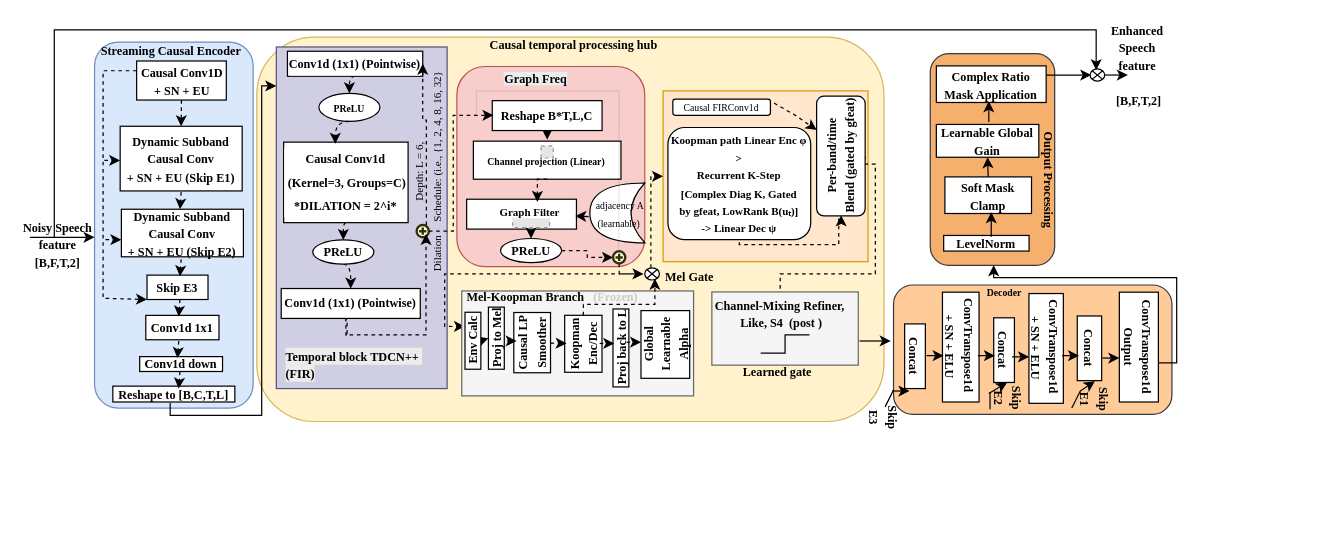
The draw.io diagram melkoop.drawio in drchk/Timeseries_fuction, before the edit. Source tidied: cells renumbered, new cells numbered last; positions are measured from the earlier drawing's top-left corner, leaving out a move shared by most shapes. Both pictures are drawn from the tidied source at 122%, with x=0, y=0 at pixel (21, 26). Pictures stored in the file or linked from it are replaced by grey dashed boxes.
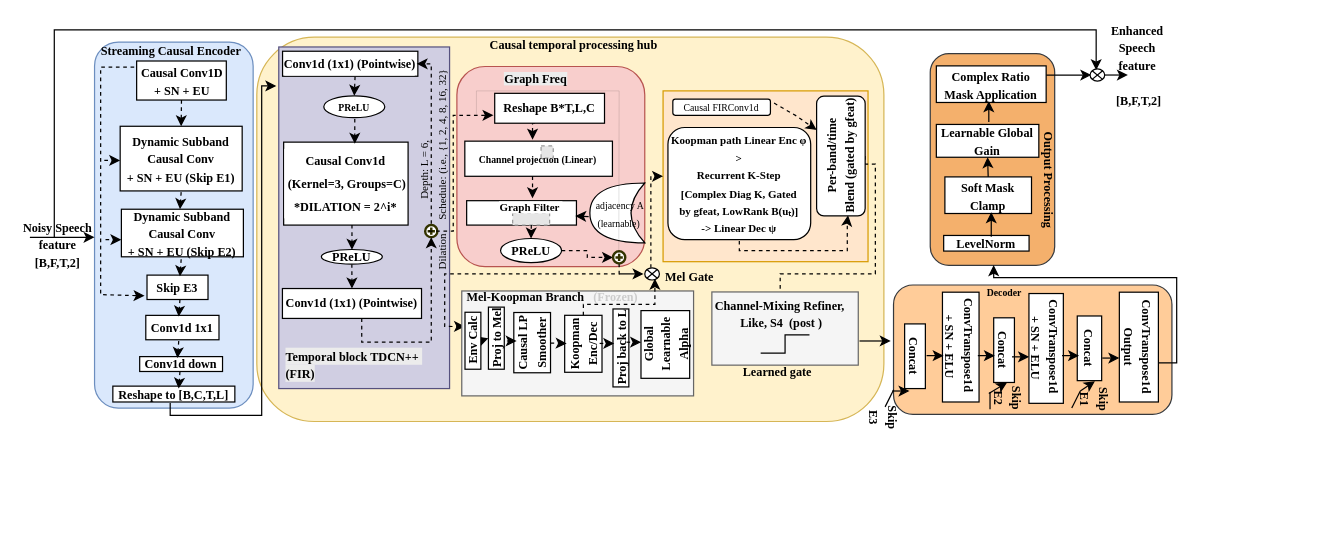
After the change.

The change refers to these unchanged cells:
```xml
<mxCell id="6" value="&lt;font style=&quot;font-size: 10px;&quot; face=&quot;Times New Roman&quot;&gt;&lt;b style=&quot;&quot;&gt;Causal Conv1D&lt;/b&gt;&lt;/font&gt;&lt;div&gt;&lt;font style=&quot;font-size: 10px;&quot; face=&quot;Times New Roman&quot;&gt;&lt;b style=&quot;&quot;&gt;+ SN + EU&lt;/b&gt;&lt;/font&gt;&lt;/div&gt;" style="rounded=0;whiteSpace=wrap;html=1;" parent="1" vertex="1">
  <mxGeometry x="94.5" y="28.5" width="73.5" height="32" as="geometry" />
</mxCell>
<mxCell id="7" value="&lt;font face=&quot;Times New Roman&quot; style=&quot;font-size: 10px;&quot;&gt;&lt;b style=&quot;&quot;&gt;Skip E3&lt;/b&gt;&lt;/font&gt;" style="rounded=0;whiteSpace=wrap;html=1;" parent="1" vertex="1">
  <mxGeometry x="103" y="204" width="50" height="20" as="geometry" />
</mxCell>
<mxCell id="38" value="&lt;font face=&quot;Times New Roman&quot; style=&quot;font-size: 10px;&quot;&gt;&lt;b style=&quot;&quot;&gt;PReLU&lt;/b&gt;&lt;/font&gt;" style="ellipse;whiteSpace=wrap;html=1;" parent="1" vertex="1">
  <mxGeometry x="392.8" y="174" width="50" height="19.8" as="geometry" />
</mxCell>
<mxCell id="67" value="&lt;font style=&quot;font-size: 10px;&quot; face=&quot;Times New Roman&quot;&gt;&lt;b style=&quot;&quot;&gt;Per-band/time&lt;/b&gt;&lt;/font&gt;&lt;div&gt;&lt;b&gt;&lt;font style=&quot;font-size: 10px;&quot;&gt;&lt;font face=&quot;Times New Roman&quot; style=&quot;&quot;&gt;Blend (gated&lt;/font&gt;&lt;font face=&quot;Times New Roman&quot; style=&quot;&quot;&gt; by gfeat)&lt;/font&gt;&lt;/font&gt;&lt;/b&gt;&lt;/div&gt;" style="rounded=1;whiteSpace=wrap;html=1;rotation=-90;" parent="1" vertex="1">
  <mxGeometry x="622.7" y="86.5" width="98.1" height="39.8" as="geometry" />
</mxCell>
```

What changed in the source:
```diff
@@
-    <mxCell id="5" style="edgeStyle=orthogonalEdgeStyle;rounded=0;jettySize=auto;html=1;exitX=0;exitY=0.25;exitDx=0;exitDy=0;entryX=0;entryY=1;entryDx=0;entryDy=0;elbow=vertical;dashed=1;" parent="1" edge="1" source="6" target="7">
+    <mxCell id="5" style="edgeStyle=orthogonalEdgeStyle;rounded=0;orthogonalLoop=1;jettySize=auto;html=1;exitX=0;exitY=0.25;exitDx=0;exitDy=0;entryX=0;entryY=1;entryDx=0;entryDy=0;elbow=vertical;dashed=1;" parent="1" edge="1">
       <mxGeometry relative="1" as="geometry">
+        <mxPoint x="92.5" y="33.5" as="sourcePoint" />
+        <mxPoint x="101" y="221" as="targetPoint" />
         <Array as="points">
-          <mxPoint x="67" y="37" />
-          <mxPoint x="67" y="223" />
+          <mxPoint x="65" y="34" />
+          <mxPoint x="65" y="220" />
         </Array>
       </mxGeometry>
     </mxCell>
@@
     <mxCell id="13" style="rounded=0;whiteSpace=wrap;html=1;fillColor=#d0cee2;strokeColor=#56517e;" parent="1" vertex="1">
-      <mxGeometry x="209" y="17" width="140" height="280" as="geometry" />
+      <mxGeometry x="211" y="17" width="140" height="280" as="geometry" />
     </mxCell>
-    <mxCell id="14" style="edgeStyle=orthogonalEdgeStyle;curved=1;rounded=0;jettySize=auto;html=1;exitX=0.5;exitY=1;exitDx=0;exitDy=0;entryX=0.5;entryY=0;entryDx=0;entryDy=0;elbow=vertical;dashed=1;" parent="1" edge="1" source="15" target="16">
+    <mxCell id="14" style="edgeStyle=orthogonalEdgeStyle;curved=1;rounded=0;jettySize=auto;html=1;exitX=0.536;exitY=1.014;exitDx=0;exitDy=0;entryX=0.5;entryY=0;entryDx=0;entryDy=0;elbow=vertical;dashed=1;exitPerimeter=0;" parent="1" edge="1" source="15" target="16">
       <mxGeometry relative="1" as="geometry" />
     </mxCell>
     <mxCell id="15" value="&lt;div style=&quot;background-color: rgb(255, 255, 255); line-height: 19px; white-space: pre;&quot;&gt;&lt;font style=&quot;color: rgb(0, 0, 0); font-size: 10px;&quot;&gt;&lt;b style=&quot;&quot;&gt;&lt;font face=&quot;Times New Roman&quot; style=&quot;&quot;&gt;Conv1d (1x1) &lt;/font&gt;&lt;span style=&quot;font-family: &amp;quot;Times New Roman&amp;quot;; background-color: light-dark(rgb(255, 255, 255), rgb(18, 18, 18));&quot;&gt;(Pointwise)&lt;/span&gt;&lt;/b&gt;&lt;/font&gt;&lt;/div&gt;" style="rounded=0;whiteSpace=wrap;html=1;" parent="1" vertex="1">
-      <mxGeometry x="218.1" y="20.5" width="110.9" height="20.5" as="geometry" />
+      <mxGeometry x="214.1" y="20.5" width="110.9" height="20.5" as="geometry" />
     </mxCell>
     <mxCell id="16" value="&lt;font face=&quot;Times New Roman&quot; style=&quot;font-size: 8px;&quot;&gt;&lt;b&gt;PReLU&lt;/b&gt;&lt;/font&gt;" style="ellipse;whiteSpace=wrap;html=1;" parent="1" vertex="1">
-      <mxGeometry x="243.9" y="55" width="50" height="23" as="geometry" />
+      <mxGeometry x="247.9" y="57" width="50" height="18" as="geometry" />
     </mxCell>
-    <mxCell id="17" style="edgeStyle=orthogonalEdgeStyle;curved=1;rounded=0;jettySize=auto;html=1;exitX=0.5;exitY=1;exitDx=0;exitDy=0;entryX=0.5;entryY=0;entryDx=0;entryDy=0;elbow=vertical;dashed=1;" parent="1" edge="1" source="18" target="20">
-      <mxGeometry relative="1" as="geometry" />
-    </mxCell>
     <mxCell id="18" value="&lt;div style=&quot;background-color: rgb(255, 255, 255); line-height: 19px; white-space: pre;&quot;&gt;&lt;div style=&quot;line-height: 19px;&quot;&gt;&lt;span&gt;&lt;font face=&quot;Times New Roman&quot; style=&quot;color: rgb(0, 0, 0); font-size: 10px;&quot;&gt;&lt;b style=&quot;&quot;&gt;Causal Conv1d&lt;/b&gt;&lt;/font&gt;&lt;/span&gt;&lt;/div&gt;&lt;div style=&quot;line-height: 19px;&quot;&gt;&lt;font style=&quot;color: rgb(0, 0, 0); font-size: 10px;&quot;&gt;&lt;b&gt;&lt;span style=&quot;color: rgb(163, 21, 21);&quot;&gt;&lt;font face=&quot;Times New Roman&quot; style=&quot;&quot;&gt; &lt;/font&gt;&lt;/span&gt;&lt;span style=&quot;font-family: &amp;quot;Times New Roman&amp;quot;; background-color: light-dark(rgb(255, 255, 255), rgb(18, 18, 18));&quot;&gt;(Kernel=3, Groups=C)&lt;/span&gt;&lt;/b&gt;&lt;/font&gt;&lt;/div&gt;&lt;div style=&quot;line-height: 19px;&quot;&gt;&lt;span style=&quot;color: rgb(163, 21, 21);&quot;&gt;&lt;font face=&quot;Times New Roman&quot; style=&quot;color: rgb(0, 0, 0); font-size: 10px;&quot;&gt;&lt;b style=&quot;&quot;&gt;*DILATION = 2^i*&lt;/b&gt;&lt;/font&gt;&lt;/span&gt;&lt;/div&gt;&lt;/div&gt;" style="rounded=0;whiteSpace=wrap;html=1;" parent="1" vertex="1">
-      <mxGeometry x="215" y="95" width="102" height="66" as="geometry" />
+      <mxGeometry x="215" y="95" width="102" height="68" as="geometry" />
     </mxCell>
@@
     <mxCell id="20" value="&lt;font face=&quot;Times New Roman&quot; style=&quot;font-size: 10px;&quot;&gt;&lt;b style=&quot;&quot;&gt;PReLU&lt;/b&gt;&lt;/font&gt;" style="ellipse;whiteSpace=wrap;html=1;" parent="1" vertex="1">
-      <mxGeometry x="238.9" y="175.2" width="50" height="19.8" as="geometry" />
+      <mxGeometry x="245.9" y="183" width="50" height="12" as="geometry" />
     </mxCell>
     <mxCell id="21" value="&lt;div style=&quot;background-color: rgb(255, 255, 255); line-height: 19px; white-space: pre;&quot;&gt;&lt;font style=&quot;color: rgb(0, 0, 0); font-size: 10px;&quot;&gt;&lt;b style=&quot;&quot;&gt;&lt;font face=&quot;Times New Roman&quot; style=&quot;&quot;&gt;Conv1d (1x1) &lt;/font&gt;&lt;span style=&quot;font-family: &amp;quot;Times New Roman&amp;quot;; background-color: light-dark(rgb(255, 255, 255), rgb(18, 18, 18));&quot;&gt;(Pointwise)&lt;/span&gt;&lt;/b&gt;&lt;/font&gt;&lt;/div&gt;" style="rounded=0;whiteSpace=wrap;html=1;" parent="1" vertex="1">
-      <mxGeometry x="213" y="215" width="114" height="24.5" as="geometry" />
+      <mxGeometry x="214" y="215" width="114" height="24.5" as="geometry" />
     </mxCell>
-    <mxCell id="22" style="edgeStyle=orthogonalEdgeStyle;curved=1;rounded=0;jettySize=auto;html=1;exitX=0.5;exitY=1;exitDx=0;exitDy=0;entryX=0.415;entryY=0.02;entryDx=0;entryDy=0;entryPerimeter=0;elbow=vertical;dashed=1;" parent="1" edge="1" source="16" target="18">
-      <mxGeometry relative="1" as="geometry" />
+    <mxCell id="22" style="edgeStyle=orthogonalEdgeStyle;curved=1;rounded=0;orthogonalLoop=1;jettySize=auto;html=1;exitX=0.269;exitY=0.918;exitDx=0;exitDy=0;entryX=0.415;entryY=0.02;entryDx=0;entryDy=0;entryPerimeter=0;elbow=vertical;dashed=1;exitPerimeter=0;" parent="1" edge="1">
+      <mxGeometry relative="1" as="geometry">
+        <mxPoint x="273.3" y="76.1" as="sourcePoint" />
+        <mxPoint x="273.3" y="96.3" as="targetPoint" />
+      </mxGeometry>
     </mxCell>
-    <mxCell id="23" style="edgeStyle=orthogonalEdgeStyle;rounded=0;jettySize=auto;html=1;entryX=1;entryY=0.5;entryDx=0;entryDy=0;elbow=vertical;dashed=1;" parent="1" edge="1" source="24" target="15">
-      <mxGeometry relative="1" as="geometry">
-        <Array as="points">
-          <mxPoint x="332" y="77" />
-        </Array>
-      </mxGeometry>
-    </mxCell>
+    <mxCell id="129" style="edgeStyle=orthogonalEdgeStyle;rounded=0;orthogonalLoop=1;jettySize=auto;html=1;entryX=1;entryY=0.5;entryDx=0;entryDy=0;dashed=1;" parent="1" edge="1">
+      <mxGeometry relative="1" as="geometry">
+        <mxPoint x="336" y="168" as="sourcePoint" />
+        <mxPoint x="324" y="30.8" as="targetPoint" />
+        <Array as="points">
+          <mxPoint x="336" y="31" />
+        </Array>
+      </mxGeometry>
+    </mxCell>
     <mxCell id="24" style="html=1;verticalLabelPosition=bottom;align=center;labelBackgroundColor=#ffffff;verticalAlign=top;strokeWidth=2;strokeColor=#333300;shadow=0;dashed=0;shape=mxgraph.ios7.icons.add;" parent="1" vertex="1">
-      <mxGeometry x="324" y="163" width="10" height="10" as="geometry" />
+      <mxGeometry x="331" y="163" width="10" height="10" as="geometry" />
     </mxCell>
-    <mxCell id="25" style="edgeStyle=orthogonalEdgeStyle;rounded=0;orthogonalLoop=1;jettySize=auto;html=1;entryX=0.667;entryY=0.733;entryDx=0;entryDy=0;entryPerimeter=0;elbow=vertical;dashed=1;" parent="1" edge="1">
-      <mxGeometry relative="1" as="geometry">
-        <mxPoint x="267" y="253" as="sourcePoint" />
-        <mxPoint x="331.7" y="170.3" as="targetPoint" />
-        <Array as="points">
-          <mxPoint x="266" y="240" />
-          <mxPoint x="267" y="240" />
-          <mxPoint x="267" y="253" />
-          <mxPoint x="332" y="253" />
-        </Array>
-      </mxGeometry>
-    </mxCell>
     <mxCell id="26" value="&lt;font face=&quot;Times New Roman&quot; style=&quot;font-size: 9px;&quot;&gt;&lt;br&gt;&lt;span style=&quot;line-height: 1.15 !important; margin-top: 0px !important;&quot;&gt;Depth:&lt;/span&gt; &lt;span class=&quot;math-inline&quot; style=&quot;line-height: 1.15 !important; margin-top: 0px !important;&quot;&gt;L = 6,&lt;/span&gt;&lt;/font&gt;&lt;div&gt;&lt;font face=&quot;Times New Roman&quot; style=&quot;font-size: 9px;&quot;&gt;Dilation&amp;nbsp; &amp;nbsp; &amp;nbsp;Schedule: (i.e., {1, 2, 4, 8, 16, 32}&lt;br&gt;&lt;/font&gt;&lt;br&gt;&lt;/div&gt;" style="text;html=1;whiteSpace=wrap;strokeColor=none;fillColor=none;align=center;verticalAlign=middle;rounded=0;rotation=-90;" parent="1" vertex="1">
-      <mxGeometry x="248.9" y="105.3" width="166.9" height="28.4" as="geometry" />
+      <mxGeometry x="253.6" y="104.1" width="166.9" height="28.4" as="geometry" />
     </mxCell>
@@
     <mxCell id="29" style="edgeStyle=orthogonalEdgeStyle;rounded=0;orthogonalLoop=1;jettySize=auto;html=1;exitX=0.5;exitY=1;exitDx=0;exitDy=0;elbow=vertical;dashed=1;" parent="1" edge="1">
       <mxGeometry relative="1" as="geometry">
-        <mxPoint x="431" y="85.5" as="sourcePoint" />
-        <mxPoint x="431" y="93" as="targetPoint" />
+        <mxPoint x="421" y="79.5" as="sourcePoint" />
+        <mxPoint x="419" y="93" as="targetPoint" />
       </mxGeometry>
     </mxCell>
     <mxCell id="30" value="&lt;div style=&quot;background-color: rgb(255, 255, 255); line-height: 19px; white-space: pre;&quot;&gt;&lt;font face=&quot;Times New Roman&quot; style=&quot;font-size: 10px;&quot;&gt;&lt;b style=&quot;&quot;&gt;Reshape B*T,L,C&lt;/b&gt;&lt;/font&gt;&lt;/div&gt;" style="rounded=0;whiteSpace=wrap;html=1;" parent="1" vertex="1">
-      <mxGeometry x="386" y="61" width="90" height="24.5" as="geometry" />
+      <mxGeometry x="388" y="55" width="90" height="24.5" as="geometry" />
     </mxCell>
     <mxCell id="31" value="&lt;div style=&quot;background-color: rgb(255, 255, 255); line-height: 19px; white-space: pre;&quot;&gt;&lt;b&gt;&lt;font face=&quot;Times New Roman&quot;&gt;&lt;span style=&quot;font-size: 8px;&quot;&gt;Channel projection (&lt;/span&gt;&lt;/font&gt;&lt;span style=&quot;font-size: 8px; font-family: &amp;quot;Times New Roman&amp;quot;; background-color: light-dark(rgb(255, 255, 255), rgb(18, 18, 18)); color: light-dark(rgb(0, 0, 0), rgb(255, 255, 255));&quot;&gt;Linear) &lt;/span&gt;&lt;/b&gt;&lt;/div&gt;" style="rounded=0;whiteSpace=wrap;html=1;" parent="1" vertex="1">
-      <mxGeometry x="370.5" y="94.2" width="121" height="31.2" as="geometry" />
+      <mxGeometry x="363.5" y="94.2" width="121" height="28.8" as="geometry" />
     </mxCell>
@@
     <mxCell id="33" value="&lt;div style=&quot;background-color: rgb(255, 255, 255); line-height: 19px; white-space: pre;&quot;&gt;&lt;br&gt;&lt;/div&gt;" style="rounded=0;whiteSpace=wrap;html=1;" parent="1" vertex="1">
-      <mxGeometry x="365" y="141.8" width="90" height="24.5" as="geometry" />
+      <mxGeometry x="365" y="143" width="90" height="20" as="geometry" />
     </mxCell>
     <mxCell id="34" style="fillColor=#E6E6E6;strokeColor=#999999;dashed=1;verticalLabelPosition=bottom;labelBackgroundColor=default;verticalAlign=top;" parent="1" vertex="1">
-      <mxGeometry x="402.7" y="155" width="30.3" height="10" as="geometry" />
+      <mxGeometry x="402.7" y="153" width="30.3" height="10" as="geometry" />
     </mxCell>
-    <mxCell id="35" style="edgeStyle=orthogonalEdgeStyle;rounded=0;jettySize=auto;html=1;exitX=0.5;exitY=1;exitDx=0;exitDy=0;entryX=0.5;entryY=0;entryDx=0;entryDy=0;elbow=vertical;" parent="1" edge="1" source="36" target="38">
+    <mxCell id="35" style="edgeStyle=orthogonalEdgeStyle;rounded=0;jettySize=auto;html=1;exitX=0.5;exitY=1;exitDx=0;exitDy=0;entryX=0.5;entryY=0;entryDx=0;entryDy=0;elbow=vertical;dashed=1;" parent="1" edge="1" source="36" target="38">
       <mxGeometry relative="1" as="geometry" />
     </mxCell>
     <mxCell id="36" value="&lt;b&gt;&lt;font style=&quot;font-size: 9px;&quot;&gt;&lt;br&gt;&lt;span style=&quot;color: rgb(0, 0, 0); font-family: &amp;quot;Times New Roman&amp;quot;; font-style: normal; font-variant-ligatures: normal; font-variant-caps: normal; letter-spacing: normal; orphans: 2; text-align: center; text-indent: 0px; text-transform: none; widows: 2; word-spacing: 0px; -webkit-text-stroke-width: 0px; white-space: pre; background-color: rgb(255, 255, 255); text-decoration-thickness: initial; text-decoration-style: initial; text-decoration-color: initial; float: none; display: inline !important;&quot;&gt;Graph Filter &lt;/span&gt;&lt;/font&gt;&lt;/b&gt;&lt;div&gt;&lt;br&gt;&lt;/div&gt;" style="text;html=1;whiteSpace=wrap;strokeColor=none;fillColor=none;align=center;verticalAlign=middle;rounded=0;" parent="1" vertex="1">
-      <mxGeometry x="387.8" y="137" width="60" height="30" as="geometry" />
+      <mxGeometry x="388" y="133" width="60" height="30" as="geometry" />
     </mxCell>
@@
-    <mxCell id="42" style="edgeStyle=orthogonalEdgeStyle;rounded=0;jettySize=auto;html=1;exitX=0.5;exitY=1;exitDx=0;exitDy=0;entryX=0.586;entryY=0.233;entryDx=0;entryDy=0;entryPerimeter=0;elbow=vertical;dashed=1;" parent="1" edge="1" source="31" target="36">
-      <mxGeometry relative="1" as="geometry" />
+    <mxCell id="42" style="edgeStyle=orthogonalEdgeStyle;rounded=0;orthogonalLoop=1;jettySize=auto;html=1;entryX=0.586;entryY=0.233;entryDx=0;entryDy=0;entryPerimeter=0;elbow=vertical;dashed=1;" parent="1" edge="1">
+      <mxGeometry relative="1" as="geometry">
+        <mxPoint x="419" y="123" as="sourcePoint" />
+        <mxPoint x="419" y="141" as="targetPoint" />
+      </mxGeometry>
     </mxCell>
@@
-    <mxCell id="64" style="edgeStyle=orthogonalEdgeStyle;rounded=0;orthogonalLoop=1;jettySize=auto;html=1;exitX=0.5;exitY=1;exitDx=0;exitDy=0;elbow=vertical;dashed=1;" parent="1" edge="1">
+    <mxCell id="64" style="edgeStyle=orthogonalEdgeStyle;rounded=0;jettySize=auto;html=1;exitX=0.5;exitY=1;exitDx=0;exitDy=0;elbow=vertical;dashed=1;entryX=0.005;entryY=0.648;entryDx=0;entryDy=0;entryPerimeter=0;" parent="1" edge="1" target="67">
       <mxGeometry relative="1" as="geometry">
-        <mxPoint x="588.5" y="171" as="sourcePoint" />
-        <mxPoint x="672" y="155" as="targetPoint" />
+        <mxPoint x="588.5" y="176" as="sourcePoint" />
         <Array as="points">
-          <mxPoint x="589" y="179" />
-          <mxPoint x="670" y="179" />
-          <mxPoint x="670" y="158" />
-          <mxPoint x="672" y="158" />
+          <mxPoint x="589" y="184" />
+          <mxPoint x="677" y="184" />
+          <mxPoint x="677" y="160" />
+          <mxPoint x="678" y="160" />
         </Array>
       </mxGeometry>
     </mxCell>
@@
+    <mxCell id="130" style="edgeStyle=orthogonalEdgeStyle;curved=1;rounded=0;orthogonalLoop=1;jettySize=auto;html=1;exitX=0.269;exitY=0.918;exitDx=0;exitDy=0;entryX=0.415;entryY=0.02;entryDx=0;entryDy=0;entryPerimeter=0;elbow=vertical;dashed=1;exitPerimeter=0;" parent="1" edge="1">
+      <mxGeometry relative="1" as="geometry">
+        <mxPoint x="271" y="163" as="sourcePoint" />
+        <mxPoint x="271" y="183.2" as="targetPoint" />
+      </mxGeometry>
+    </mxCell>
+    <mxCell id="131" style="edgeStyle=orthogonalEdgeStyle;rounded=0;orthogonalLoop=1;jettySize=auto;html=1;exitX=0.5;exitY=1;exitDx=0;exitDy=0;entryX=0.18;entryY=0.312;entryDx=0;entryDy=0;entryPerimeter=0;dashed=1;" parent="1" edge="1">
+      <mxGeometry relative="1" as="geometry">
+        <mxPoint x="279" y="239.5" as="sourcePoint" />
+        <mxPoint x="336" y="173" as="targetPoint" />
+        <Array as="points">
+          <mxPoint x="279" y="259" />
+          <mxPoint x="336" y="259" />
+        </Array>
+      </mxGeometry>
+    </mxCell>
```
